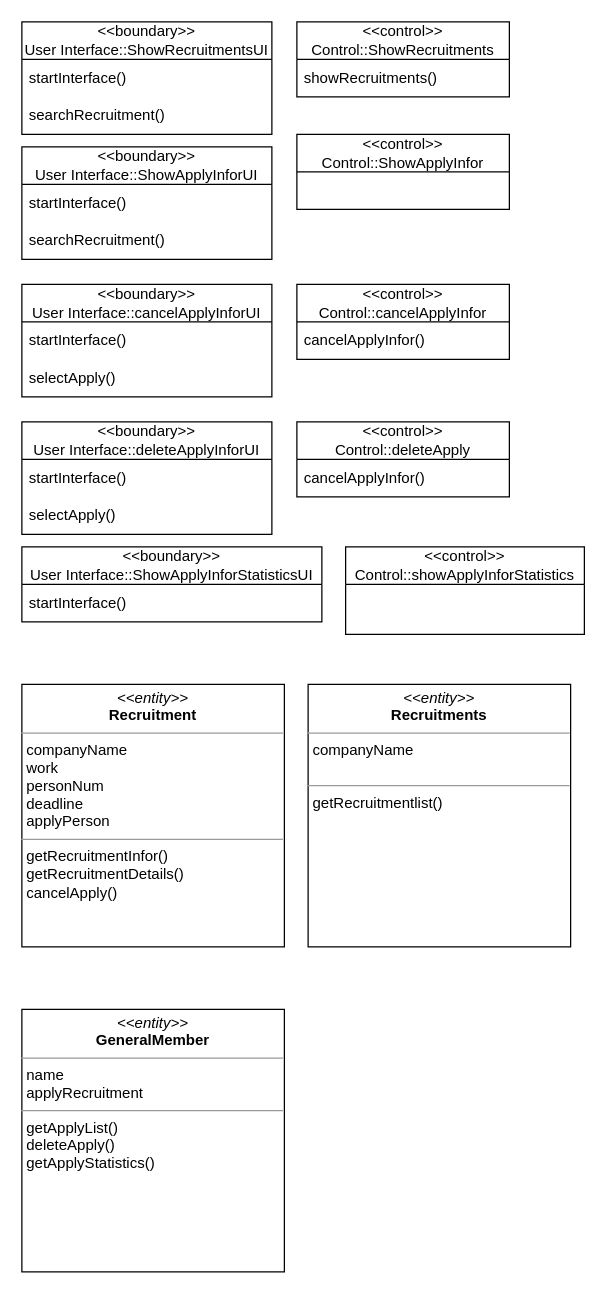
Earlier version of the draw.io diagram B811190_진선명/class_diagram.drawio (FinancialWorld16/SE_TEAM). Source tidied: cells renumbered, new cells numbered last; positions are measured from the earlier drawing's top-left corner, leaving out a move shared by most shapes. Both pictures are drawn from the tidied source at 125%, with x=0, y=0 at pixel (21, 21).
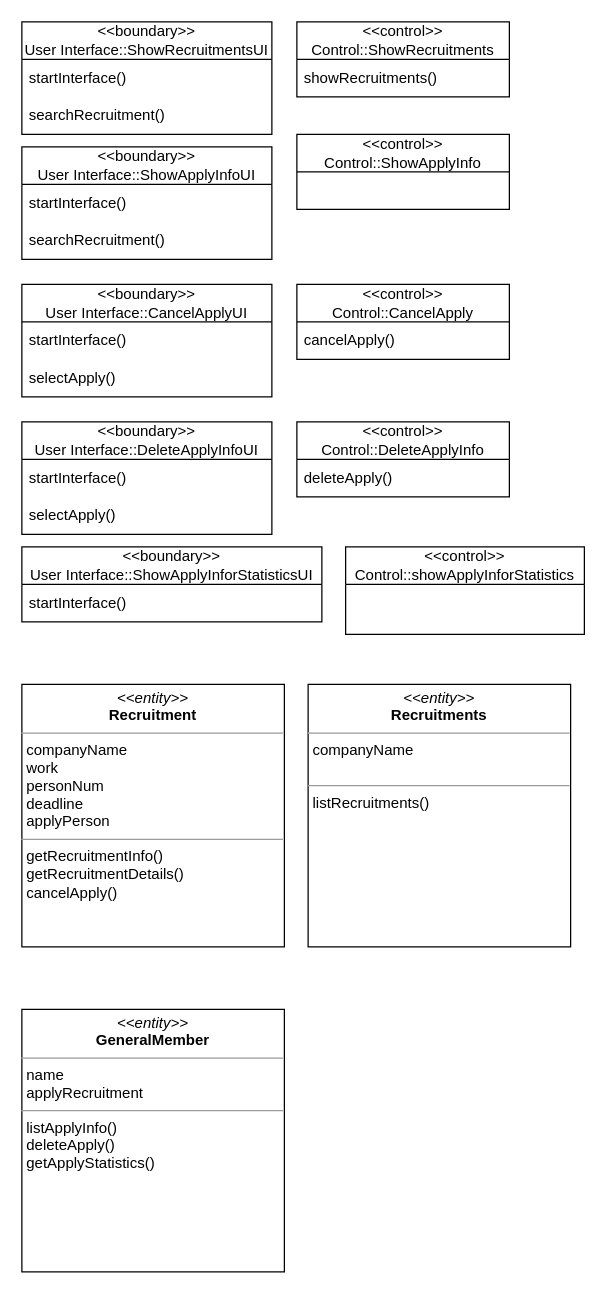
After the change.

What changed in the source:
```diff
@@
-    <mxCell id="7" value="&lt;p style=&quot;margin:0px;margin-top:4px;text-align:center;&quot;&gt;&lt;i&gt;&amp;lt;&amp;lt;entity&amp;gt;&amp;gt;&lt;/i&gt;&lt;br&gt;&lt;b&gt;Recruitment&lt;/b&gt;&lt;/p&gt;&lt;hr size=&quot;1&quot;&gt;&lt;p style=&quot;margin:0px;margin-left:4px;&quot;&gt;&lt;span style=&quot;background-color: initial;&quot;&gt;companyName&lt;/span&gt;&lt;br&gt;&lt;/p&gt;&lt;p style=&quot;margin:0px;margin-left:4px;&quot;&gt;&lt;span style=&quot;background-color: initial;&quot;&gt;work&lt;/span&gt;&lt;/p&gt;&lt;p style=&quot;margin:0px;margin-left:4px;&quot;&gt;&lt;span style=&quot;background-color: initial;&quot;&gt;personNum&lt;/span&gt;&lt;/p&gt;&lt;p style=&quot;margin:0px;margin-left:4px;&quot;&gt;deadline&lt;/p&gt;&lt;p style=&quot;margin:0px;margin-left:4px;&quot;&gt;applyPerson&lt;/p&gt;&lt;hr size=&quot;1&quot;&gt;&lt;p style=&quot;margin:0px;margin-left:4px;&quot;&gt;getRecruitmentInfor()&lt;/p&gt;&lt;p style=&quot;margin:0px;margin-left:4px;&quot;&gt;getRecruitmentDetails()&lt;/p&gt;&lt;p style=&quot;margin:0px;margin-left:4px;&quot;&gt;cancelApply()&lt;/p&gt;" style="verticalAlign=top;align=left;overflow=fill;fontSize=12;fontFamily=Helvetica;html=1;" parent="1" vertex="1">
+    <mxCell id="7" value="&lt;p style=&quot;margin:0px;margin-top:4px;text-align:center;&quot;&gt;&lt;i&gt;&amp;lt;&amp;lt;entity&amp;gt;&amp;gt;&lt;/i&gt;&lt;br&gt;&lt;b&gt;Recruitment&lt;/b&gt;&lt;/p&gt;&lt;hr size=&quot;1&quot;&gt;&lt;p style=&quot;margin:0px;margin-left:4px;&quot;&gt;&lt;span style=&quot;background-color: initial;&quot;&gt;companyName&lt;/span&gt;&lt;br&gt;&lt;/p&gt;&lt;p style=&quot;margin:0px;margin-left:4px;&quot;&gt;&lt;span style=&quot;background-color: initial;&quot;&gt;work&lt;/span&gt;&lt;/p&gt;&lt;p style=&quot;margin:0px;margin-left:4px;&quot;&gt;&lt;span style=&quot;background-color: initial;&quot;&gt;personNum&lt;/span&gt;&lt;/p&gt;&lt;p style=&quot;margin:0px;margin-left:4px;&quot;&gt;deadline&lt;/p&gt;&lt;p style=&quot;margin:0px;margin-left:4px;&quot;&gt;applyPerson&lt;/p&gt;&lt;hr size=&quot;1&quot;&gt;&lt;p style=&quot;margin:0px;margin-left:4px;&quot;&gt;getRecruitmentInfo()&lt;/p&gt;&lt;p style=&quot;margin:0px;margin-left:4px;&quot;&gt;getRecruitmentDetails()&lt;/p&gt;&lt;p style=&quot;margin:0px;margin-left:4px;&quot;&gt;cancelApply()&lt;/p&gt;" style="verticalAlign=top;align=left;overflow=fill;fontSize=12;fontFamily=Helvetica;html=1;" parent="1" vertex="1">
       <mxGeometry y="530" width="210" height="210" as="geometry" />
     </mxCell>
-    <mxCell id="8" value="&lt;p style=&quot;margin:0px;margin-top:4px;text-align:center;&quot;&gt;&lt;i&gt;&amp;lt;&amp;lt;entity&amp;gt;&amp;gt;&lt;/i&gt;&lt;br&gt;&lt;b&gt;Recruitments&lt;/b&gt;&lt;/p&gt;&lt;hr size=&quot;1&quot;&gt;&lt;p style=&quot;margin:0px;margin-left:4px;&quot;&gt;companyName&lt;/p&gt;&lt;p style=&quot;margin:0px;margin-left:4px;&quot;&gt;&lt;br&gt;&lt;/p&gt;&lt;hr size=&quot;1&quot;&gt;&lt;p style=&quot;margin:0px;margin-left:4px;&quot;&gt;getRecruitmentlist()&lt;/p&gt;&lt;p style=&quot;margin:0px;margin-left:4px;&quot;&gt;&lt;br&gt;&lt;/p&gt;" style="verticalAlign=top;align=left;overflow=fill;fontSize=12;fontFamily=Helvetica;html=1;" parent="1" vertex="1">
+    <mxCell id="8" value="&lt;p style=&quot;margin:0px;margin-top:4px;text-align:center;&quot;&gt;&lt;i&gt;&amp;lt;&amp;lt;entity&amp;gt;&amp;gt;&lt;/i&gt;&lt;br&gt;&lt;b&gt;Recruitments&lt;/b&gt;&lt;/p&gt;&lt;hr size=&quot;1&quot;&gt;&lt;p style=&quot;margin:0px;margin-left:4px;&quot;&gt;companyName&lt;/p&gt;&lt;p style=&quot;margin:0px;margin-left:4px;&quot;&gt;&lt;br&gt;&lt;/p&gt;&lt;hr size=&quot;1&quot;&gt;&lt;p style=&quot;margin:0px;margin-left:4px;&quot;&gt;listRecruitments()&lt;/p&gt;&lt;p style=&quot;margin:0px;margin-left:4px;&quot;&gt;&lt;br&gt;&lt;/p&gt;" style="verticalAlign=top;align=left;overflow=fill;fontSize=12;fontFamily=Helvetica;html=1;" parent="1" vertex="1">
       <mxGeometry x="229" y="530" width="210" height="210" as="geometry" />
     </mxCell>
-    <mxCell id="9" value="&amp;lt;&amp;lt;boundary&amp;gt;&amp;gt;&lt;br&gt;User Interface::ShowApplyInforUI" style="swimlane;fontStyle=0;horizontal=1;startSize=30;whiteSpace=wrap;html=1;" parent="1" vertex="1">
+    <mxCell id="9" value="&amp;lt;&amp;lt;boundary&amp;gt;&amp;gt;&lt;br&gt;User Interface::ShowApplyInfoUI" style="swimlane;fontStyle=0;horizontal=1;startSize=30;whiteSpace=wrap;html=1;" parent="1" vertex="1">
       <mxGeometry y="100" width="200" height="90" as="geometry" />
     </mxCell>
@@
-    <mxCell id="12" value="&amp;lt;&amp;lt;control&amp;gt;&amp;gt;&lt;br&gt;Control::ShowApplyInfor" style="swimlane;fontStyle=0;horizontal=1;startSize=30;whiteSpace=wrap;html=1;" parent="1" vertex="1">
+    <mxCell id="12" value="&amp;lt;&amp;lt;control&amp;gt;&amp;gt;&lt;br&gt;Control::ShowApplyInfo" style="swimlane;fontStyle=0;horizontal=1;startSize=30;whiteSpace=wrap;html=1;" parent="1" vertex="1">
       <mxGeometry x="220" y="90" width="170" height="60" as="geometry" />
     </mxCell>
-    <mxCell id="13" value="&lt;p style=&quot;margin:0px;margin-top:4px;text-align:center;&quot;&gt;&lt;i&gt;&amp;lt;&amp;lt;entity&amp;gt;&amp;gt;&lt;/i&gt;&lt;br&gt;&lt;b&gt;GeneralMember&lt;/b&gt;&lt;/p&gt;&lt;hr size=&quot;1&quot;&gt;&lt;p style=&quot;margin:0px;margin-left:4px;&quot;&gt;name&lt;/p&gt;&lt;p style=&quot;margin:0px;margin-left:4px;&quot;&gt;applyRecruitment&lt;/p&gt;&lt;hr size=&quot;1&quot;&gt;&lt;p style=&quot;margin:0px;margin-left:4px;&quot;&gt;getApplyList()&lt;/p&gt;&lt;p style=&quot;margin:0px;margin-left:4px;&quot;&gt;deleteApply()&lt;/p&gt;&lt;p style=&quot;margin:0px;margin-left:4px;&quot;&gt;getApplyStatistics()&lt;/p&gt;" style="verticalAlign=top;align=left;overflow=fill;fontSize=12;fontFamily=Helvetica;html=1;" parent="1" vertex="1">
+    <mxCell id="13" value="&lt;p style=&quot;margin:0px;margin-top:4px;text-align:center;&quot;&gt;&lt;i&gt;&amp;lt;&amp;lt;entity&amp;gt;&amp;gt;&lt;/i&gt;&lt;br&gt;&lt;b&gt;GeneralMember&lt;/b&gt;&lt;/p&gt;&lt;hr size=&quot;1&quot;&gt;&lt;p style=&quot;margin:0px;margin-left:4px;&quot;&gt;name&lt;/p&gt;&lt;p style=&quot;margin:0px;margin-left:4px;&quot;&gt;applyRecruitment&lt;/p&gt;&lt;hr size=&quot;1&quot;&gt;&lt;p style=&quot;margin:0px;margin-left:4px;&quot;&gt;listApplyInfo()&lt;/p&gt;&lt;p style=&quot;margin:0px;margin-left:4px;&quot;&gt;deleteApply()&lt;/p&gt;&lt;p style=&quot;margin:0px;margin-left:4px;&quot;&gt;getApplyStatistics()&lt;/p&gt;" style="verticalAlign=top;align=left;overflow=fill;fontSize=12;fontFamily=Helvetica;html=1;" parent="1" vertex="1">
       <mxGeometry y="790" width="210" height="210" as="geometry" />
     </mxCell>
-    <mxCell id="14" value="&amp;lt;&amp;lt;boundary&amp;gt;&amp;gt;&lt;br&gt;User Interface::cancelApplyInforUI" style="swimlane;fontStyle=0;horizontal=1;startSize=30;whiteSpace=wrap;html=1;" parent="1" vertex="1">
+    <mxCell id="14" value="&amp;lt;&amp;lt;boundary&amp;gt;&amp;gt;&lt;br&gt;User Interface::CancelApplyUI" style="swimlane;fontStyle=0;horizontal=1;startSize=30;whiteSpace=wrap;html=1;" parent="1" vertex="1">
       <mxGeometry y="210" width="200" height="90" as="geometry" />
     </mxCell>
@@
-    <mxCell id="17" value="&amp;lt;&amp;lt;control&amp;gt;&amp;gt;&lt;br&gt;Control::cancelApplyInfor" style="swimlane;fontStyle=0;horizontal=1;startSize=30;whiteSpace=wrap;html=1;" parent="1" vertex="1">
+    <mxCell id="17" value="&amp;lt;&amp;lt;control&amp;gt;&amp;gt;&lt;br&gt;Control::CancelApply" style="swimlane;fontStyle=0;horizontal=1;startSize=30;whiteSpace=wrap;html=1;" parent="1" vertex="1">
       <mxGeometry x="220" y="210" width="170" height="60" as="geometry" />
     </mxCell>
-    <mxCell id="18" value="cancelApplyInfor()" style="text;strokeColor=none;fillColor=none;align=left;verticalAlign=middle;spacingLeft=4;spacingRight=4;overflow=hidden;whiteSpace=wrap;html=1;" parent="17" vertex="1">
+    <mxCell id="18" value="cancelApply()" style="text;strokeColor=none;fillColor=none;align=left;verticalAlign=middle;spacingLeft=4;spacingRight=4;overflow=hidden;whiteSpace=wrap;html=1;" parent="17" vertex="1">
       <mxGeometry y="30" width="170" height="30" as="geometry" />
     </mxCell>
-    <mxCell id="19" value="&amp;lt;&amp;lt;boundary&amp;gt;&amp;gt;&lt;br&gt;User Interface::deleteApplyInforUI" style="swimlane;fontStyle=0;horizontal=1;startSize=30;whiteSpace=wrap;html=1;" parent="1" vertex="1">
+    <mxCell id="19" value="&amp;lt;&amp;lt;boundary&amp;gt;&amp;gt;&lt;br&gt;User Interface::DeleteApplyInfoUI" style="swimlane;fontStyle=0;horizontal=1;startSize=30;whiteSpace=wrap;html=1;" parent="1" vertex="1">
       <mxGeometry y="320" width="200" height="90" as="geometry" />
     </mxCell>
@@
-    <mxCell id="22" value="&amp;lt;&amp;lt;control&amp;gt;&amp;gt;&lt;br&gt;Control::deleteApply" style="swimlane;fontStyle=0;horizontal=1;startSize=30;whiteSpace=wrap;html=1;" parent="1" vertex="1">
+    <mxCell id="22" value="&amp;lt;&amp;lt;control&amp;gt;&amp;gt;&lt;br&gt;Control::DeleteApplyInfo" style="swimlane;fontStyle=0;horizontal=1;startSize=30;whiteSpace=wrap;html=1;" parent="1" vertex="1">
       <mxGeometry x="220" y="320" width="170" height="60" as="geometry" />
     </mxCell>
-    <mxCell id="23" value="cancelApplyInfor()" style="text;strokeColor=none;fillColor=none;align=left;verticalAlign=middle;spacingLeft=4;spacingRight=4;overflow=hidden;whiteSpace=wrap;html=1;" parent="22" vertex="1">
+    <mxCell id="23" value="deleteApply()" style="text;strokeColor=none;fillColor=none;align=left;verticalAlign=middle;spacingLeft=4;spacingRight=4;overflow=hidden;whiteSpace=wrap;html=1;" parent="22" vertex="1">
       <mxGeometry y="30" width="170" height="30" as="geometry" />
     </mxCell>
```
